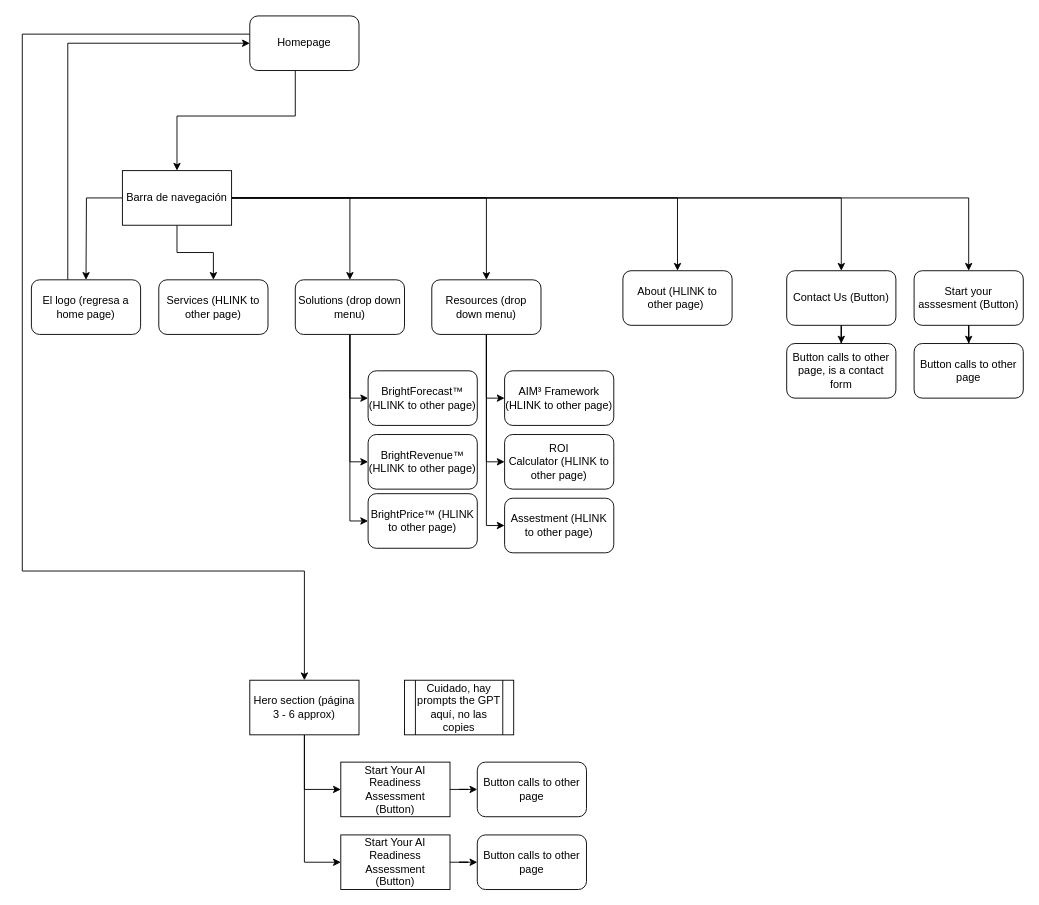
This is page "Index (Home Page)" (1 of 11) of BW flow chart (1).drawio from dsmith1112/BrightWoodWeb, a draw.io file, before an edit. Source tidied: cells renumbered, new cells numbered last; positions are measured from the earlier drawing's top-left corner, leaving out a move shared by most shapes. Both pictures are drawn from the tidied source at 91%, with x=0, y=0 at pixel (22, 15).
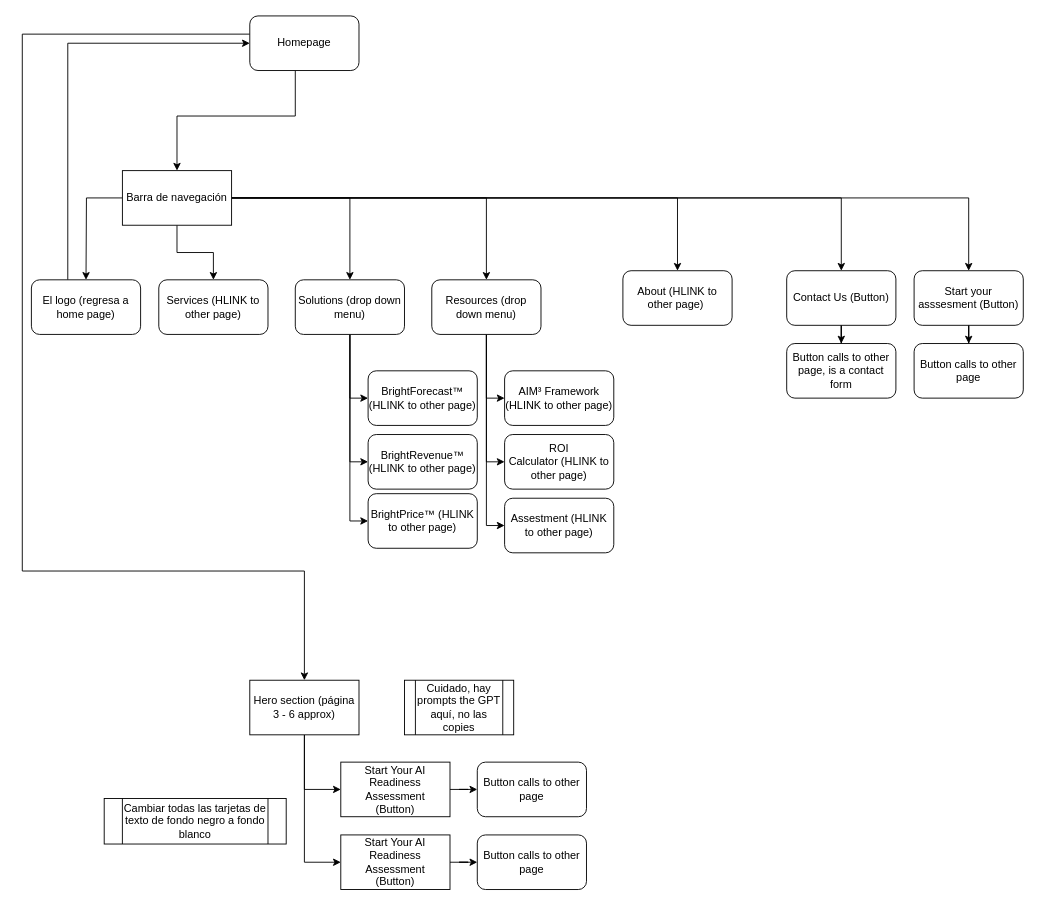
The same diagram, later.

What changed in the source:
```diff
@@
+    <mxCell id="47" value="Cambiar todas las tarjetas de texto de fondo negro a fondo blanco" style="shape=process;whiteSpace=wrap;html=1;backgroundOutline=1;" parent="1" vertex="1">
+      <mxGeometry x="90" y="860" width="200" height="50" as="geometry" />
+    </mxCell>
```
